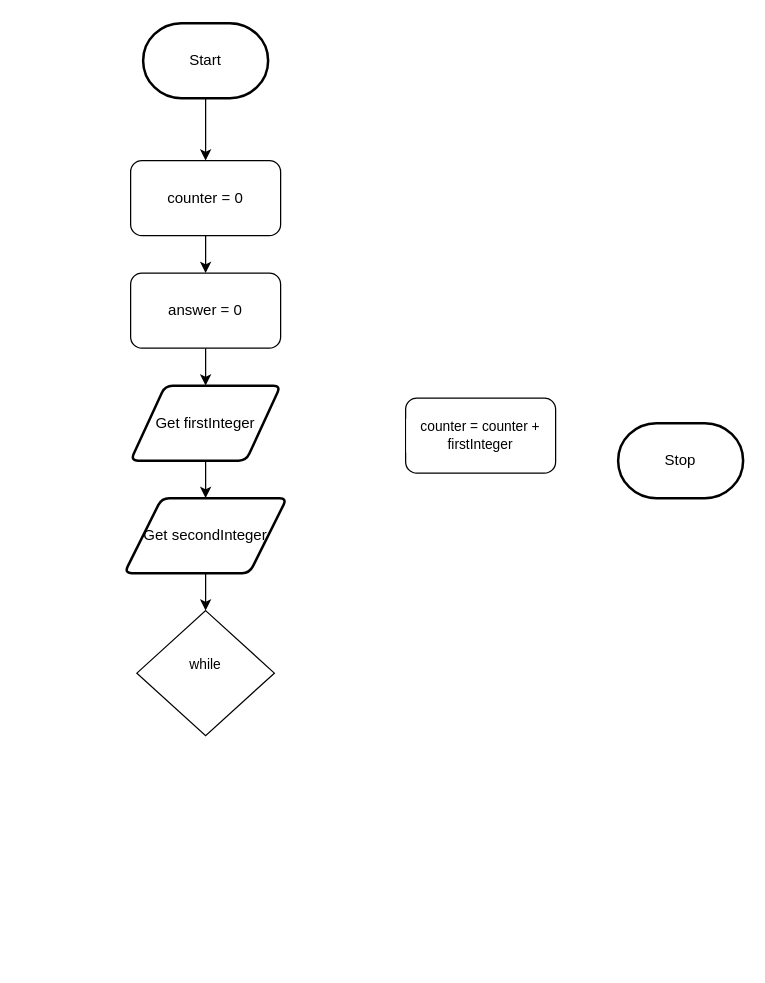
Before: design/flowchart.drawio in MTHS-ICD2O-1-2024/ICD2O-Unit-5-06-Olivia-Ten-Den, a draw.io diagram. Source tidied: cells renumbered, new cells numbered last; positions are measured from the earlier drawing's top-left corner, leaving out a move shared by most shapes. Both pictures are drawn from the tidied source at 125%, with x=0, y=0 at pixel (124, 22).
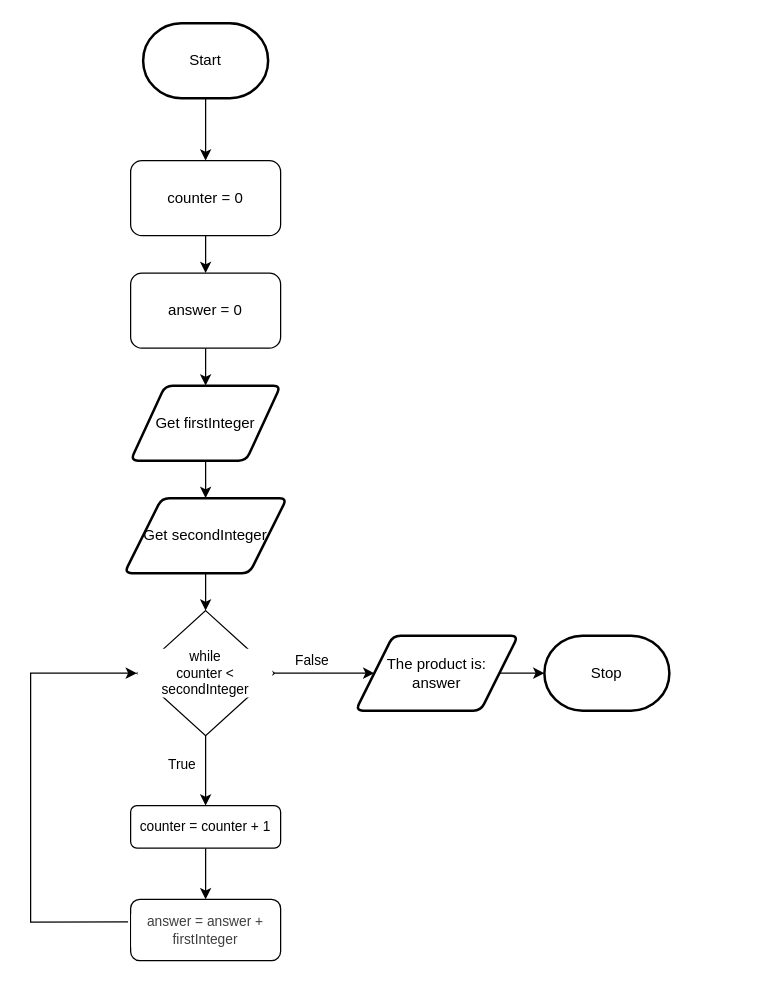
The same page after the edit.

Commit message (it also covers changes not shown here):
added storyboard and flowchart

Diff of the diagram source:
```diff
@@
     <mxCell id="2" value="Stop" style="strokeWidth=2;html=1;shape=mxgraph.flowchart.terminator;whiteSpace=wrap;" parent="1" vertex="1">
-      <mxGeometry x="395" y="320" width="100" height="60" as="geometry" />
+      <mxGeometry x="336" y="490" width="100" height="60" as="geometry" />
     </mxCell>
@@
+    <mxCell id="15" style="edgeStyle=orthogonalEdgeStyle;shape=connector;curved=0;rounded=0;html=1;strokeColor=default;align=center;verticalAlign=middle;fontFamily=Helvetica;fontSize=11;fontColor=default;labelBackgroundColor=default;endArrow=classic;entryX=0;entryY=0.5;entryDx=0;entryDy=0;exitX=-0.017;exitY=0.369;exitDx=0;exitDy=0;exitPerimeter=0;" parent="1" edge="1" source="23" target="14">
+      <mxGeometry relative="1" as="geometry">
+        <Array as="points">
+          <mxPoint x="-75" y="719" />
+          <mxPoint x="-75" y="520" />
+        </Array>
+      </mxGeometry>
+    </mxCell>
+    <mxCell id="16" style="edgeStyle=orthogonalEdgeStyle;shape=connector;curved=0;rounded=0;html=1;strokeColor=default;align=center;verticalAlign=middle;fontFamily=Helvetica;fontSize=11;fontColor=default;labelBackgroundColor=default;endArrow=classic;" parent="1" edge="1" source="13" target="23">
+      <mxGeometry relative="1" as="geometry" />
+    </mxCell>
-    <mxCell id="13" value="counter = counter + firstInteger" style="rounded=1;whiteSpace=wrap;html=1;fontFamily=Helvetica;fontSize=11;fontColor=default;labelBackgroundColor=default;" parent="1" vertex="1">
-      <mxGeometry x="225" y="300" width="120" height="60" as="geometry" />
+    <mxCell id="13" value="counter = counter + 1" style="rounded=1;whiteSpace=wrap;html=1;fontFamily=Helvetica;fontSize=11;fontColor=default;labelBackgroundColor=default;" parent="1" vertex="1">
+      <mxGeometry x="5" y="626" width="120" height="34" as="geometry" />
     </mxCell>
+    <mxCell id="17" style="edgeStyle=none;html=1;" parent="1" edge="1" source="14" target="13">
+      <mxGeometry relative="1" as="geometry" />
+    </mxCell>
+    <mxCell id="18" style="edgeStyle=orthogonalEdgeStyle;shape=connector;curved=0;rounded=0;html=1;strokeColor=default;align=center;verticalAlign=middle;fontFamily=Helvetica;fontSize=11;fontColor=default;labelBackgroundColor=default;endArrow=classic;" parent="1" edge="1" source="14" target="21">
+      <mxGeometry relative="1" as="geometry" />
+    </mxCell>
-    <mxCell id="14" value="while&lt;div&gt;&lt;br&gt;&lt;/div&gt;" style="rhombus;whiteSpace=wrap;html=1;fontFamily=Helvetica;fontSize=11;fontColor=default;labelBackgroundColor=default;" parent="1" vertex="1">
+    <mxCell id="14" value="while&lt;div&gt;counter &amp;lt; secondInteger&lt;/div&gt;" style="rhombus;whiteSpace=wrap;html=1;fontFamily=Helvetica;fontSize=11;fontColor=default;labelBackgroundColor=default;" parent="1" vertex="1">
       <mxGeometry x="10" y="470" width="110" height="100" as="geometry" />
     </mxCell>
+    <mxCell id="19" value="True" style="text;html=1;align=center;verticalAlign=middle;strokeColor=none;fillColor=none;fontFamily=Helvetica;fontSize=11;fontColor=default;labelBackgroundColor=default;" parent="1" vertex="1">
+      <mxGeometry x="21" y="578" width="50" height="30" as="geometry" />
+    </mxCell>
+    <mxCell id="20" style="edgeStyle=orthogonalEdgeStyle;shape=connector;curved=0;rounded=0;html=1;strokeColor=default;align=center;verticalAlign=middle;fontFamily=Helvetica;fontSize=11;fontColor=default;labelBackgroundColor=default;endArrow=classic;" parent="1" edge="1" source="21" target="2">
+      <mxGeometry relative="1" as="geometry" />
+    </mxCell>
+    <mxCell id="21" value="The product is:&lt;div&gt;answer&lt;/div&gt;" style="shape=parallelogram;html=1;strokeWidth=2;perimeter=parallelogramPerimeter;whiteSpace=wrap;rounded=1;arcSize=12;size=0.23;" parent="1" vertex="1">
+      <mxGeometry x="185" y="490" width="130" height="60" as="geometry" />
+    </mxCell>
+    <mxCell id="22" value="False" style="text;html=1;align=center;verticalAlign=middle;strokeColor=none;fillColor=none;fontFamily=Helvetica;fontSize=11;fontColor=default;labelBackgroundColor=default;" parent="1" vertex="1">
+      <mxGeometry x="125" y="495" width="50" height="30" as="geometry" />
+    </mxCell>
+    <mxCell id="23" value="&lt;div&gt;&lt;span style=&quot;color: rgb(63, 63, 63); background-color: light-dark(#ffffff, var(--ge-dark-color, #121212));&quot;&gt;answer = answer + firstInteger&lt;/span&gt;&lt;/div&gt;" style="rounded=1;whiteSpace=wrap;html=1;fontFamily=Helvetica;fontSize=11;fontColor=default;labelBackgroundColor=default;" parent="1" vertex="1">
+      <mxGeometry x="5" y="701" width="120" height="49" as="geometry" />
+    </mxCell>
```
